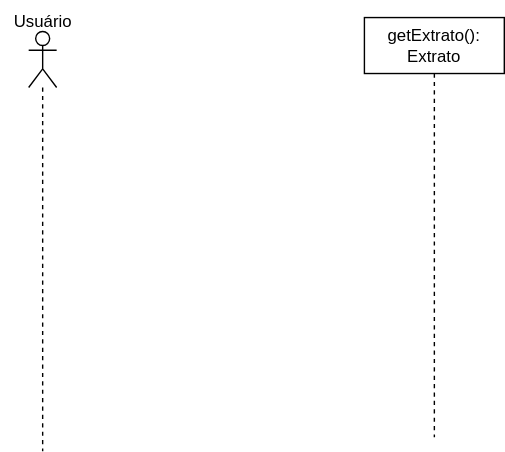
Above: Diagrama 9.drawio.svg in JesCat16/Projeto01_Modelagem_De_Software (draw.io), before the change. Source tidied: cells renumbered, new cells last; positions are measured from the earlier drawing's top-left corner, leaving out a move shared by most shapes. The source it was exported from:
```xml
<mxGraphModel>
  <root>
    <mxCell id="0" />
    <mxCell id="1" parent="0" />
    <mxCell id="2" style="shape=umlLifeline;perimeter=lifelinePerimeter;whiteSpace=wrap;html=1;newEdgeStyle={&quot;curved&quot;:0,&quot;rounded&quot;:0};participant=umlActor;" parent="1" vertex="1">
      <mxGeometry x="20" y="22" width="20" height="300" as="geometry" />
    </mxCell>
    <mxCell id="3" value="Usuário" style="text;html=1;align=center;verticalAlign=middle;strokeColor=none;fillColor=none;" parent="1" vertex="1">
      <mxGeometry width="60" height="30" as="geometry" />
    </mxCell>
    <mxCell id="4" value="getExtrato(): Extrato" style="shape=umlLifeline;perimeter=lifelinePerimeter;whiteSpace=wrap;html=1;newEdgeStyle={&quot;curved&quot;:0,&quot;rounded&quot;:0};" parent="1" vertex="1">
      <mxGeometry x="260" y="12" width="100" height="300" as="geometry" />
    </mxCell>
  </root>
</mxGraphModel>
```
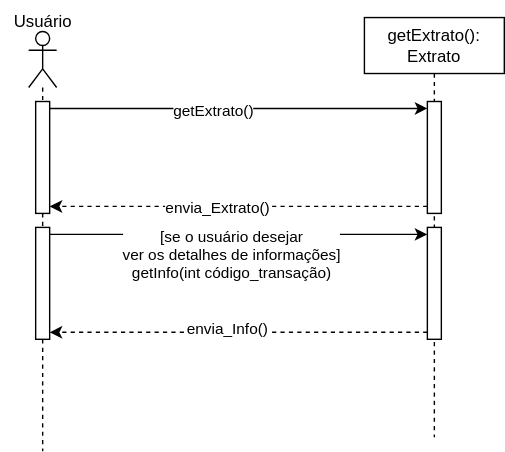
After the change.

Change to the diagram source:
```diff
@@ -1,15 +1,53 @@
-<mxGraphModel>
+<mxGraphModel background="#ffffff">
   <root>
     <mxCell id="0" />
     <mxCell id="1" parent="0" />
     <mxCell id="2" style="shape=umlLifeline;perimeter=lifelinePerimeter;whiteSpace=wrap;html=1;newEdgeStyle={&quot;curved&quot;:0,&quot;rounded&quot;:0};participant=umlActor;" parent="1" vertex="1">
       <mxGeometry x="20" y="22" width="20" height="300" as="geometry" />
     </mxCell>
+    <mxCell id="5" style="html=1;points=[[0,0,0,0,5],[0,1,0,0,-5],[1,0,0,0,5],[1,1,0,0,-5]];perimeter=orthogonalPerimeter;outlineConnect=0;targetShapes=umlLifeline;portConstraint=eastwest;newEdgeStyle={&quot;curved&quot;:0,&quot;rounded&quot;:0};" parent="2" vertex="1">
+      <mxGeometry x="5" y="50" width="10" height="80" as="geometry" />
+    </mxCell>
+    <mxCell id="6" style="html=1;points=[[0,0,0,0,5],[0,1,0,0,-5],[1,0,0,0,5],[1,1,0,0,-5]];perimeter=orthogonalPerimeter;outlineConnect=0;targetShapes=umlLifeline;portConstraint=eastwest;newEdgeStyle={&quot;curved&quot;:0,&quot;rounded&quot;:0};" parent="2" vertex="1">
+      <mxGeometry x="5" y="140" width="10" height="80" as="geometry" />
+    </mxCell>
     <mxCell id="3" value="Usuário" style="text;html=1;align=center;verticalAlign=middle;strokeColor=none;fillColor=none;" parent="1" vertex="1">
       <mxGeometry width="60" height="30" as="geometry" />
     </mxCell>
     <mxCell id="4" value="getExtrato(): Extrato" style="shape=umlLifeline;perimeter=lifelinePerimeter;whiteSpace=wrap;html=1;newEdgeStyle={&quot;curved&quot;:0,&quot;rounded&quot;:0};" parent="1" vertex="1">
       <mxGeometry x="260" y="12" width="100" height="300" as="geometry" />
     </mxCell>
+    <mxCell id="7" style="html=1;points=[[0,0,0,0,5],[0,1,0,0,-5],[1,0,0,0,5],[1,1,0,0,-5]];perimeter=orthogonalPerimeter;outlineConnect=0;targetShapes=umlLifeline;portConstraint=eastwest;newEdgeStyle={&quot;curved&quot;:0,&quot;rounded&quot;:0};" parent="4" vertex="1">
+      <mxGeometry x="45" y="60" width="10" height="80" as="geometry" />
+    </mxCell>
+    <mxCell id="8" style="html=1;points=[[0,0,0,0,5],[0,1,0,0,-5],[1,0,0,0,5],[1,1,0,0,-5]];perimeter=orthogonalPerimeter;outlineConnect=0;targetShapes=umlLifeline;portConstraint=eastwest;newEdgeStyle={&quot;curved&quot;:0,&quot;rounded&quot;:0};" parent="4" vertex="1">
+      <mxGeometry x="45" y="150" width="10" height="80" as="geometry" />
+    </mxCell>
+    <mxCell id="9" style="edgeStyle=orthogonalEdgeStyle;rounded=0;jettySize=auto;html=1;curved=0;exitX=1;exitY=0;exitDx=0;exitDy=5;exitPerimeter=0;entryX=0;entryY=0;entryDx=0;entryDy=5;entryPerimeter=0;" parent="1" edge="1" source="5" target="7">
+      <mxGeometry relative="1" as="geometry" />
+    </mxCell>
+    <mxCell id="10" value="getExtrato()" style="edgeLabel;html=1;align=center;verticalAlign=middle;" parent="9" vertex="1">
+      <mxGeometry x="-0.13" y="-2" relative="1" as="geometry" />
+    </mxCell>
+    <mxCell id="11" style="edgeStyle=orthogonalEdgeStyle;rounded=0;jettySize=auto;html=1;curved=0;exitX=0;exitY=1;exitDx=0;exitDy=-5;exitPerimeter=0;entryX=1;entryY=1;entryDx=0;entryDy=-5;entryPerimeter=0;dashed=1;" parent="1" edge="1" source="7" target="5">
+      <mxGeometry relative="1" as="geometry" />
+    </mxCell>
+    <mxCell id="12" value="envia_Extrato()" style="edgeLabel;html=1;align=center;verticalAlign=middle;" parent="11" vertex="1">
+      <mxGeometry x="0.12" y="1" relative="1" as="geometry" />
+    </mxCell>
+    <mxCell id="13" style="edgeStyle=orthogonalEdgeStyle;rounded=0;jettySize=auto;html=1;curved=0;exitX=1;exitY=0;exitDx=0;exitDy=5;exitPerimeter=0;entryX=0;entryY=0;entryDx=0;entryDy=5;entryPerimeter=0;" parent="1" edge="1" source="6" target="8">
+      <mxGeometry relative="1" as="geometry" />
+    </mxCell>
+    <mxCell id="14" value="[se o usuário desejar&lt;div&gt;ver os detalhes de informações]&lt;/div&gt;&lt;div&gt;getInfo(int código_transação)&lt;/div&gt;" style="edgeLabel;html=1;align=center;verticalAlign=middle;" parent="13" vertex="1">
+      <mxGeometry x="-0.04" y="-3" relative="1" as="geometry">
+        <mxPoint y="12" as="offset" />
+      </mxGeometry>
+    </mxCell>
+    <mxCell id="15" style="edgeStyle=orthogonalEdgeStyle;rounded=0;jettySize=auto;html=1;curved=0;exitX=0;exitY=1;exitDx=0;exitDy=-5;exitPerimeter=0;entryX=1;entryY=1;entryDx=0;entryDy=-5;entryPerimeter=0;dashed=1;" parent="1" edge="1" source="8" target="6">
+      <mxGeometry relative="1" as="geometry" />
+    </mxCell>
+    <mxCell id="16" value="envia_Info()" style="edgeLabel;html=1;align=center;verticalAlign=middle;" parent="15" vertex="1">
+      <mxGeometry x="0.06" y="-2" relative="1" as="geometry" />
+    </mxCell>
   </root>
 </mxGraphModel>
```
